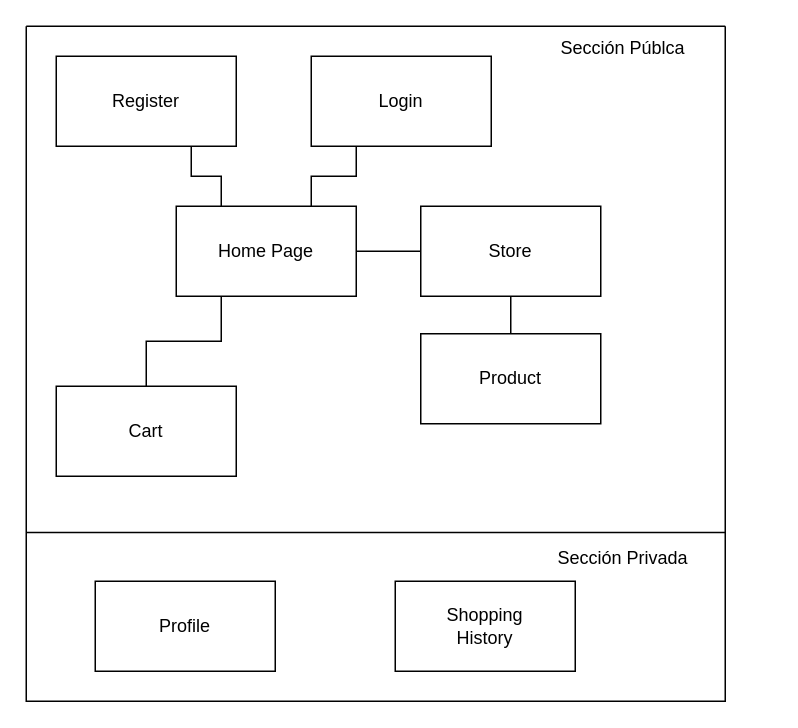
daranedag/ProyectoFinal_ADL keeps this draw.io diagram as 2_Navegacion/diagramaPublicPrivate.drawio. Above is the earlier version. Source tidied: cells renumbered, new cells numbered last; positions are measured from the earlier drawing's top-left corner, leaving out a move shared by most shapes. Both pictures are drawn from the tidied source at 150%, with x=0, y=0 at pixel (26, 26).
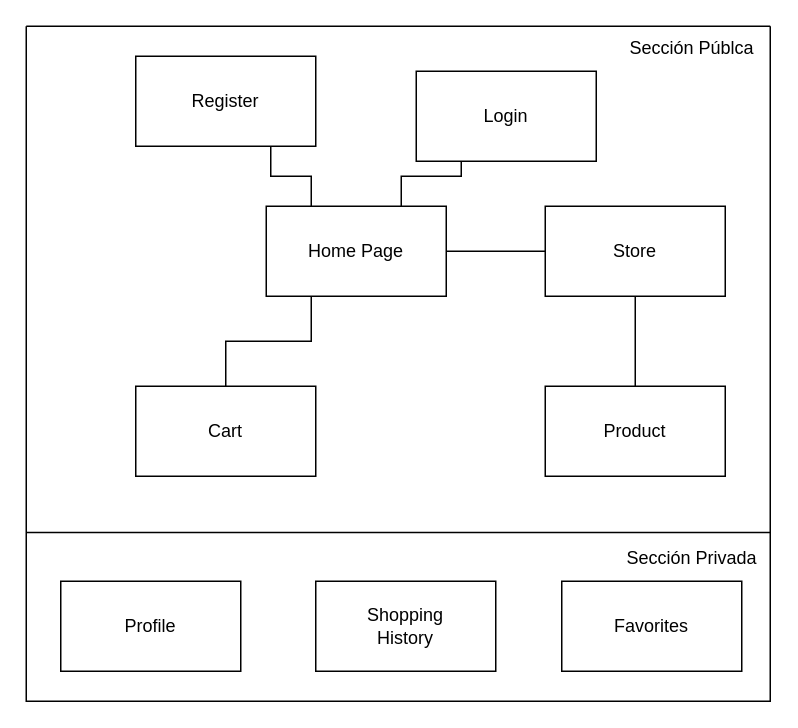
After the change.

Commit message (it also covers changes not shown here):
Actualizacion de dependencias, DB, modelos, diagramas y contratos

What changed in the source:
```diff
@@
 <mxGraphModel>
   <root>
     <mxCell id="0" />
     <mxCell id="1" parent="0" />
     <mxCell id="2" style="swimlane;startSize=0;" parent="1" vertex="1">
-      <mxGeometry width="466" height="450" as="geometry" />
+      <mxGeometry width="496" height="450" as="geometry" />
     </mxCell>
     <mxCell id="3" style="edgeStyle=orthogonalEdgeStyle;rounded=0;jettySize=auto;html=1;exitX=0.25;exitY=0;exitDx=0;exitDy=0;endArrow=none;endFill=0;entryX=0.75;entryY=1;entryDx=0;entryDy=0;" parent="2" edge="1" source="7" target="8">
       <mxGeometry relative="1" as="geometry" />
     </mxCell>
     <mxCell id="4" style="edgeStyle=orthogonalEdgeStyle;rounded=0;jettySize=auto;html=1;exitX=0.75;exitY=0;exitDx=0;exitDy=0;endArrow=none;endFill=0;entryX=0.25;entryY=1;entryDx=0;entryDy=0;" parent="2" edge="1" source="7" target="9">
       <mxGeometry relative="1" as="geometry" />
     </mxCell>
     <mxCell id="5" style="edgeStyle=orthogonalEdgeStyle;rounded=0;jettySize=auto;html=1;entryX=0.5;entryY=0;entryDx=0;entryDy=0;endArrow=none;endFill=0;exitX=0.25;exitY=1;exitDx=0;exitDy=0;" parent="2" edge="1" source="7" target="10">
       <mxGeometry relative="1" as="geometry" />
     </mxCell>
     <mxCell id="6" style="edgeStyle=orthogonalEdgeStyle;rounded=0;jettySize=auto;html=1;exitX=1;exitY=0.5;exitDx=0;exitDy=0;endArrow=none;endFill=0;" parent="2" edge="1" source="7" target="12">
       <mxGeometry relative="1" as="geometry" />
     </mxCell>
     <mxCell id="7" value="Home Page" style="rounded=0;whiteSpace=wrap;html=1;" parent="2" vertex="1">
-      <mxGeometry x="100" y="120" width="120" height="60" as="geometry" />
+      <mxGeometry x="160" y="120" width="120" height="60" as="geometry" />
     </mxCell>
     <mxCell id="8" value="Register" style="rounded=0;whiteSpace=wrap;html=1;" parent="2" vertex="1">
-      <mxGeometry x="20" y="20" width="120" height="60" as="geometry" />
+      <mxGeometry x="73" y="20" width="120" height="60" as="geometry" />
     </mxCell>
     <mxCell id="9" value="Login" style="whiteSpace=wrap;html=1;rounded=0;" parent="2" vertex="1">
-      <mxGeometry x="190" y="20" width="120" height="60" as="geometry" />
+      <mxGeometry x="260" y="30" width="120" height="60" as="geometry" />
     </mxCell>
     <mxCell id="10" value="Cart" style="rounded=0;whiteSpace=wrap;html=1;" parent="2" vertex="1">
-      <mxGeometry x="20" y="240" width="120" height="60" as="geometry" />
+      <mxGeometry x="73" y="240" width="120" height="60" as="geometry" />
     </mxCell>
     <mxCell id="11" style="edgeStyle=orthogonalEdgeStyle;rounded=0;jettySize=auto;html=1;endArrow=none;endFill=0;" parent="2" edge="1" source="12" target="13">
       <mxGeometry relative="1" as="geometry" />
     </mxCell>
     <mxCell id="12" value="Store" style="rounded=0;whiteSpace=wrap;html=1;" parent="2" vertex="1">
-      <mxGeometry x="263" y="120" width="120" height="60" as="geometry" />
+      <mxGeometry x="346" y="120" width="120" height="60" as="geometry" />
     </mxCell>
     <mxCell id="13" value="Product" style="rounded=0;whiteSpace=wrap;html=1;" parent="2" vertex="1">
-      <mxGeometry x="263" y="205" width="120" height="60" as="geometry" />
+      <mxGeometry x="346" y="240" width="120" height="60" as="geometry" />
     </mxCell>
     <mxCell id="14" value="Profile" style="rounded=0;whiteSpace=wrap;html=1;" parent="2" vertex="1">
-      <mxGeometry x="46" y="370" width="120" height="60" as="geometry" />
+      <mxGeometry x="23" y="370" width="120" height="60" as="geometry" />
     </mxCell>
     <mxCell id="15" value="Shopping&lt;br&gt;History" style="rounded=0;whiteSpace=wrap;html=1;" parent="2" vertex="1">
-      <mxGeometry x="246" y="370" width="120" height="60" as="geometry" />
+      <mxGeometry x="193" y="370" width="120" height="60" as="geometry" />
     </mxCell>
     <mxCell id="16" value="Sección Públca" style="text;strokeColor=none;align=center;fillColor=none;html=1;verticalAlign=middle;whiteSpace=wrap;rounded=0;" parent="2" vertex="1">
-      <mxGeometry x="346" width="104" height="30" as="geometry" />
+      <mxGeometry x="392" width="104" height="30" as="geometry" />
     </mxCell>
     <mxCell id="17" value="Sección Privada" style="text;strokeColor=none;align=center;fillColor=none;html=1;verticalAlign=middle;whiteSpace=wrap;rounded=0;" parent="2" vertex="1">
-      <mxGeometry x="346" y="340" width="104" height="30" as="geometry" />
+      <mxGeometry x="392" y="340" width="104" height="30" as="geometry" />
     </mxCell>
+    <mxCell id="19" value="Favorites" style="rounded=0;whiteSpace=wrap;html=1;" parent="2" vertex="1">
+      <mxGeometry x="357" y="370" width="120" height="60" as="geometry" />
+    </mxCell>
     <mxCell id="18" style="endArrow=none;html=1;rounded=0;exitX=0;exitY=0.75;exitDx=0;exitDy=0;entryX=1;entryY=0.75;entryDx=0;entryDy=0;" parent="1" edge="1" source="2" target="2">
       <mxGeometry relative="1" as="geometry" />
     </mxCell>
   </root>
 </mxGraphModel>
```
